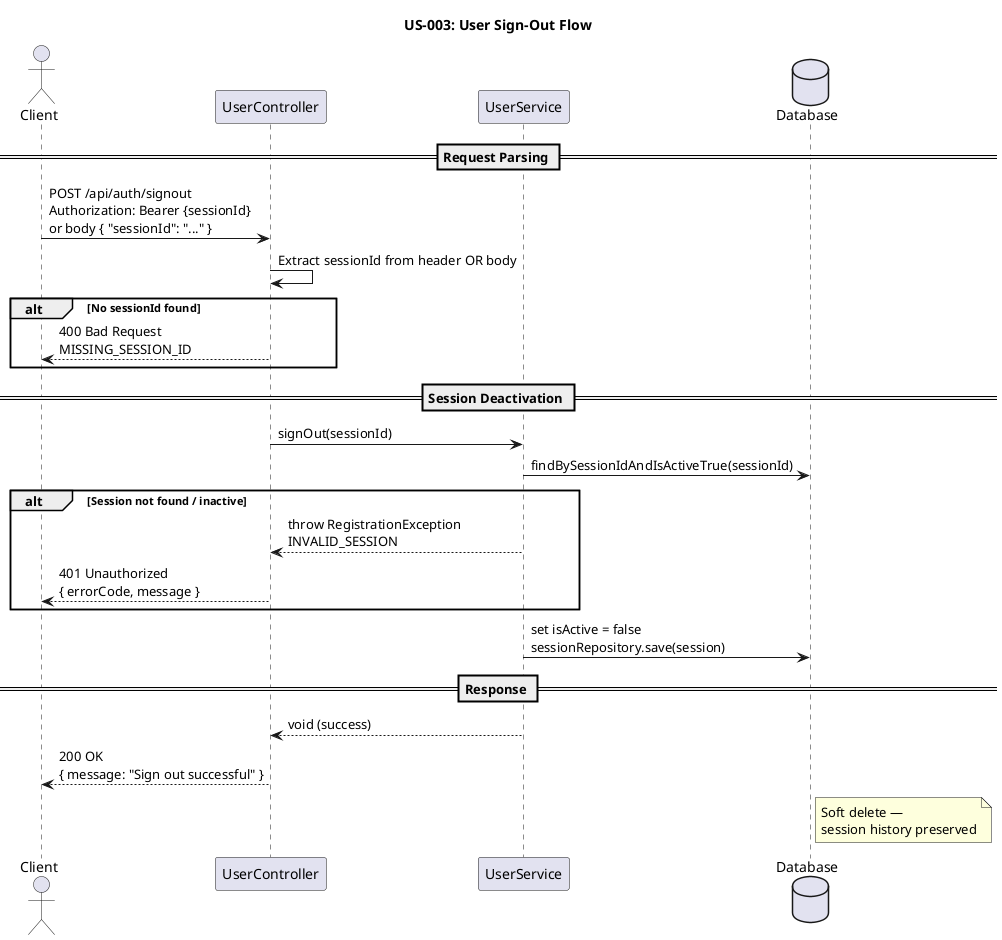
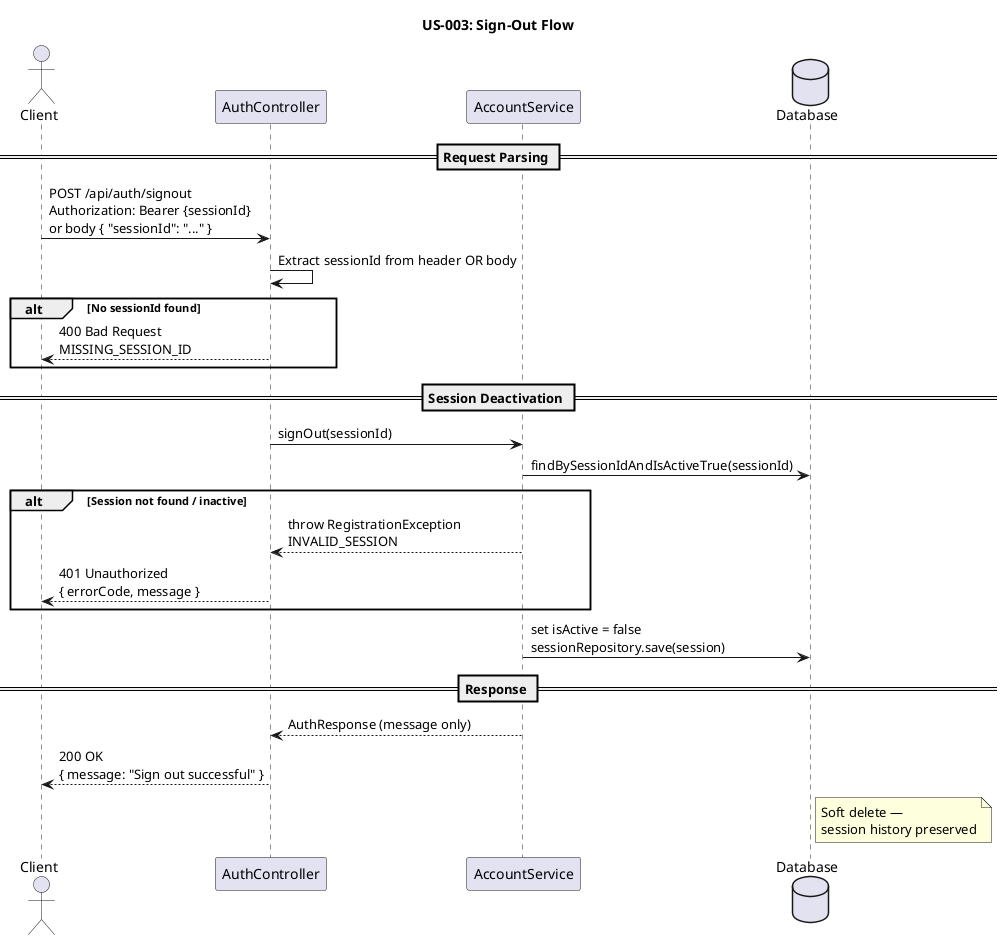
@startuml
- title US-003: User Sign-Out Flow
+ title US-003: Sign-Out Flow

actor "Client" as client
- participant "UserController" as ctrl
- participant "UserService" as svc
+ participant "AuthController" as ctrl
+ participant "AccountService" as svc
database "Database" as db

== Request Parsing ==
client -> ctrl: POST /api/auth/signout\nAuthorization: Bearer {sessionId}\nor body { "sessionId": "..." }

ctrl -> ctrl: Extract sessionId from header OR body

alt No sessionId found
    ctrl --> client: 400 Bad Request\nMISSING_SESSION_ID
end

== Session Deactivation ==
ctrl -> svc: signOut(sessionId)
svc -> db: findBySessionIdAndIsActiveTrue(sessionId)

alt Session not found / inactive
    svc --> ctrl: throw RegistrationException\nINVALID_SESSION
    ctrl --> client: 401 Unauthorized\n{ errorCode, message }
end

svc -> db: set isActive = false\nsessionRepository.save(session)

== Response ==
- svc --> ctrl: void (success)
+ svc --> ctrl: AuthResponse (message only)
ctrl --> client: 200 OK\n{ message: "Sign out successful" }

note right of db: Soft delete —\nsession history preserved

@enduml
